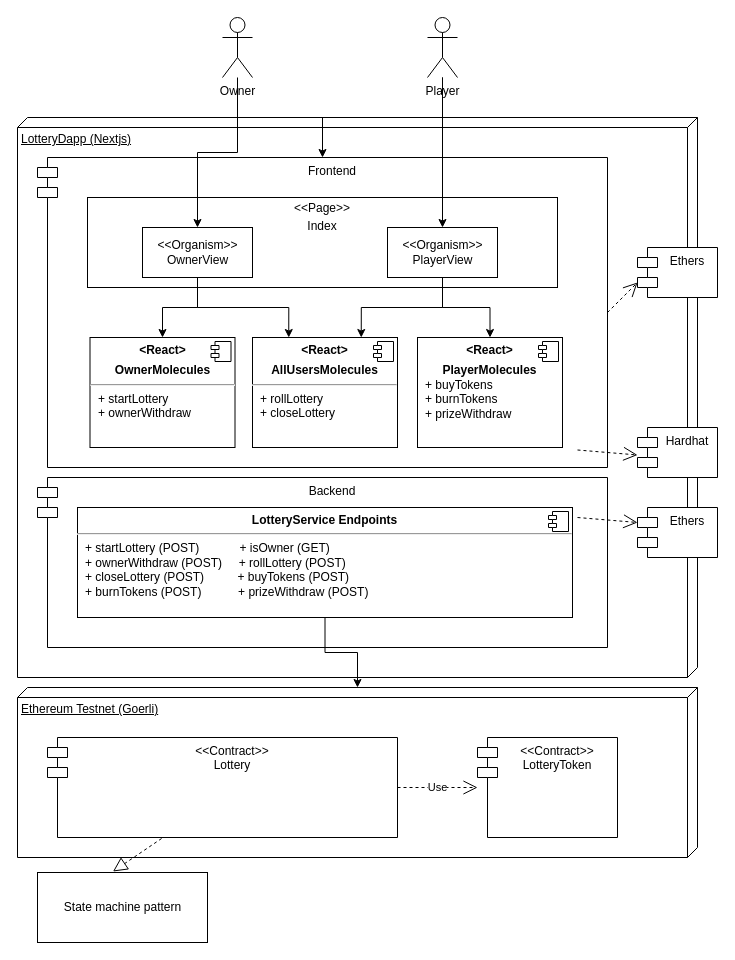
This is LotteryDapp Architecture.drawio from carloskiron/lotteryDapp, a draw.io file, before an edit. Source tidied: cells renumbered, new cells numbered last; positions are measured from the earlier drawing's top-left corner, leaving out a move shared by most shapes. Both pictures are drawn from the tidied source at 100%, with x=0, y=0 at pixel (17, 17).
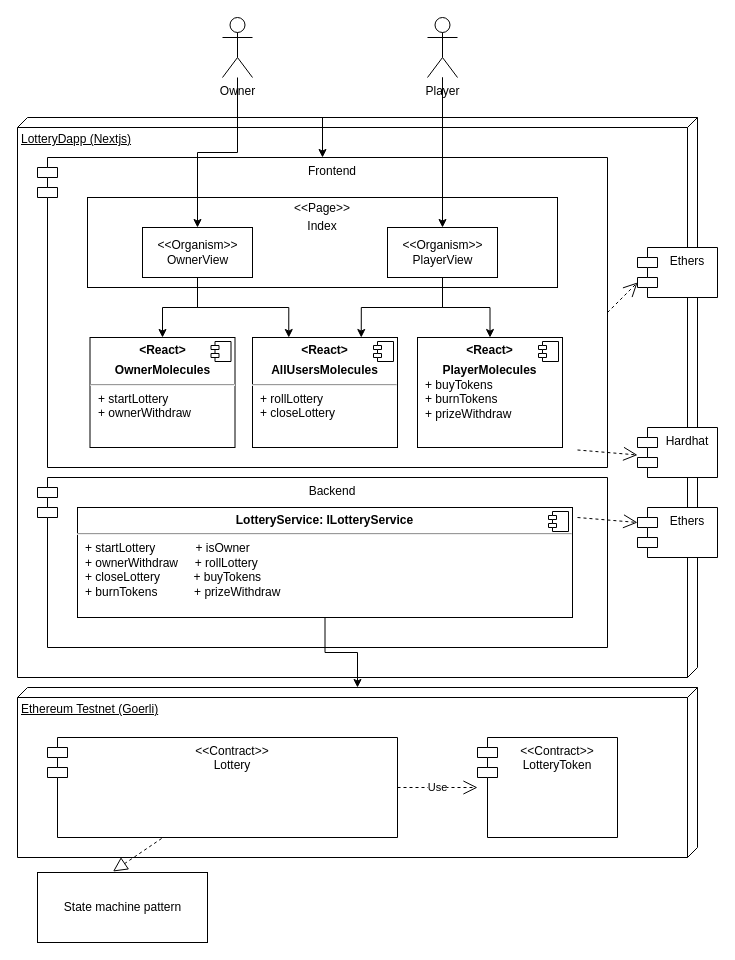
The same diagram, later.

Change to the diagram source:
```diff
@@
-    <mxCell id="36" value="&lt;p style=&quot;margin:0px;margin-top:6px;text-align:center;&quot;&gt;&lt;b&gt;LotteryService Endpoints&lt;/b&gt;&lt;/p&gt;&lt;hr&gt;&lt;p style=&quot;margin:0px;margin-left:8px;&quot;&gt;+&amp;nbsp;&lt;span style=&quot;background-color: initial;&quot;&gt;startLottery (POST)&amp;nbsp; &amp;nbsp; &amp;nbsp; &amp;nbsp; &amp;nbsp; &amp;nbsp;&amp;nbsp;&lt;/span&gt;&lt;span style=&quot;background-color: initial;&quot;&gt;+ isOwner (GET)&lt;/span&gt;&lt;/p&gt;&lt;p style=&quot;margin:0px;margin-left:8px;&quot;&gt;+ ownerWithdraw (POST)&amp;nbsp; &amp;nbsp; &amp;nbsp;&lt;span style=&quot;background-color: initial;&quot;&gt;+ rollLottery (POST)&lt;/span&gt;&lt;/p&gt;&lt;p style=&quot;margin:0px;margin-left:8px;&quot;&gt;+ closeLottery (POST)&amp;nbsp; &amp;nbsp; &amp;nbsp; &amp;nbsp; &amp;nbsp;&amp;nbsp;&lt;span style=&quot;background-color: initial;&quot;&gt;+ buyTokens (POST)&lt;/span&gt;&lt;/p&gt;&lt;p style=&quot;margin:0px;margin-left:8px;&quot;&gt;+ burnTokens (POST)&amp;nbsp; &amp;nbsp; &amp;nbsp; &amp;nbsp; &amp;nbsp; &amp;nbsp;+ prizeWithdraw (POST)&amp;nbsp;&amp;nbsp;&lt;/p&gt;&lt;p style=&quot;margin:0px;margin-left:8px;&quot;&gt;&lt;br&gt;&lt;/p&gt;&lt;p style=&quot;margin:0px;margin-left:8px;&quot;&gt;&lt;br&gt;&lt;/p&gt;" style="align=left;overflow=fill;html=1;" parent="1" vertex="1">
+    <mxCell id="36" value="&lt;p style=&quot;margin:0px;margin-top:6px;text-align:center;&quot;&gt;&lt;b&gt;LotteryService: ILotteryService&lt;/b&gt;&lt;/p&gt;&lt;hr&gt;&lt;p style=&quot;margin:0px;margin-left:8px;&quot;&gt;+&amp;nbsp;&lt;span style=&quot;background-color: initial;&quot;&gt;startLottery&amp;nbsp; &amp;nbsp; &amp;nbsp; &amp;nbsp; &amp;nbsp; &amp;nbsp;&amp;nbsp;&lt;/span&gt;&lt;span style=&quot;background-color: initial;&quot;&gt;+ isOwner&amp;nbsp;&lt;/span&gt;&lt;/p&gt;&lt;p style=&quot;margin:0px;margin-left:8px;&quot;&gt;+ ownerWithdraw&amp;nbsp; &amp;nbsp; &amp;nbsp;&lt;span style=&quot;background-color: initial;&quot;&gt;+ rollLottery&lt;/span&gt;&lt;/p&gt;&lt;p style=&quot;margin:0px;margin-left:8px;&quot;&gt;+ closeLottery&amp;nbsp; &amp;nbsp; &amp;nbsp; &amp;nbsp; &amp;nbsp;&amp;nbsp;&lt;span style=&quot;background-color: initial;&quot;&gt;+ buyTokens&lt;/span&gt;&lt;/p&gt;&lt;p style=&quot;margin:0px;margin-left:8px;&quot;&gt;+ burnTokens&amp;nbsp; &amp;nbsp; &amp;nbsp; &amp;nbsp; &amp;nbsp; &amp;nbsp;+ prizeWithdraw&lt;/p&gt;&lt;p style=&quot;margin:0px;margin-left:8px;&quot;&gt;&lt;br&gt;&lt;/p&gt;&lt;p style=&quot;margin:0px;margin-left:8px;&quot;&gt;&lt;br&gt;&lt;/p&gt;" style="align=left;overflow=fill;html=1;" parent="1" vertex="1">
       <mxGeometry x="60" y="490" width="495" height="110" as="geometry" />
     </mxCell>
```
